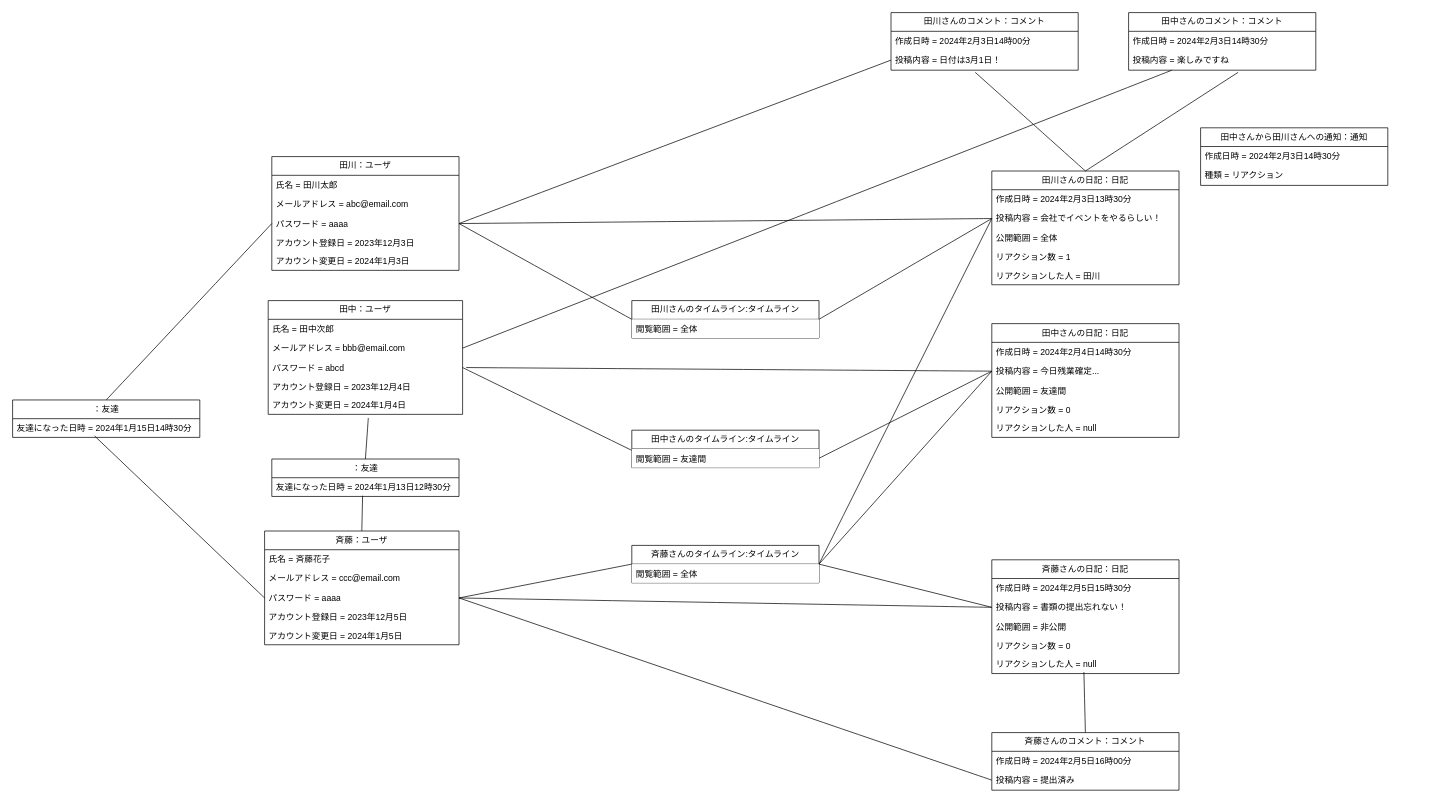
The draw.io diagram 概念モデル/10_友達の日記にリアクションをする/友達の日記にリアクションをする.drawio in tawainfer/scorpio, before the edit. Source tidied: cells renumbered, new cells numbered last; positions are measured from the earlier drawing's top-left corner, leaving out a move shared by most shapes. Both pictures are drawn from the tidied source at 72%, with x=0, y=0 at pixel (12, 12).
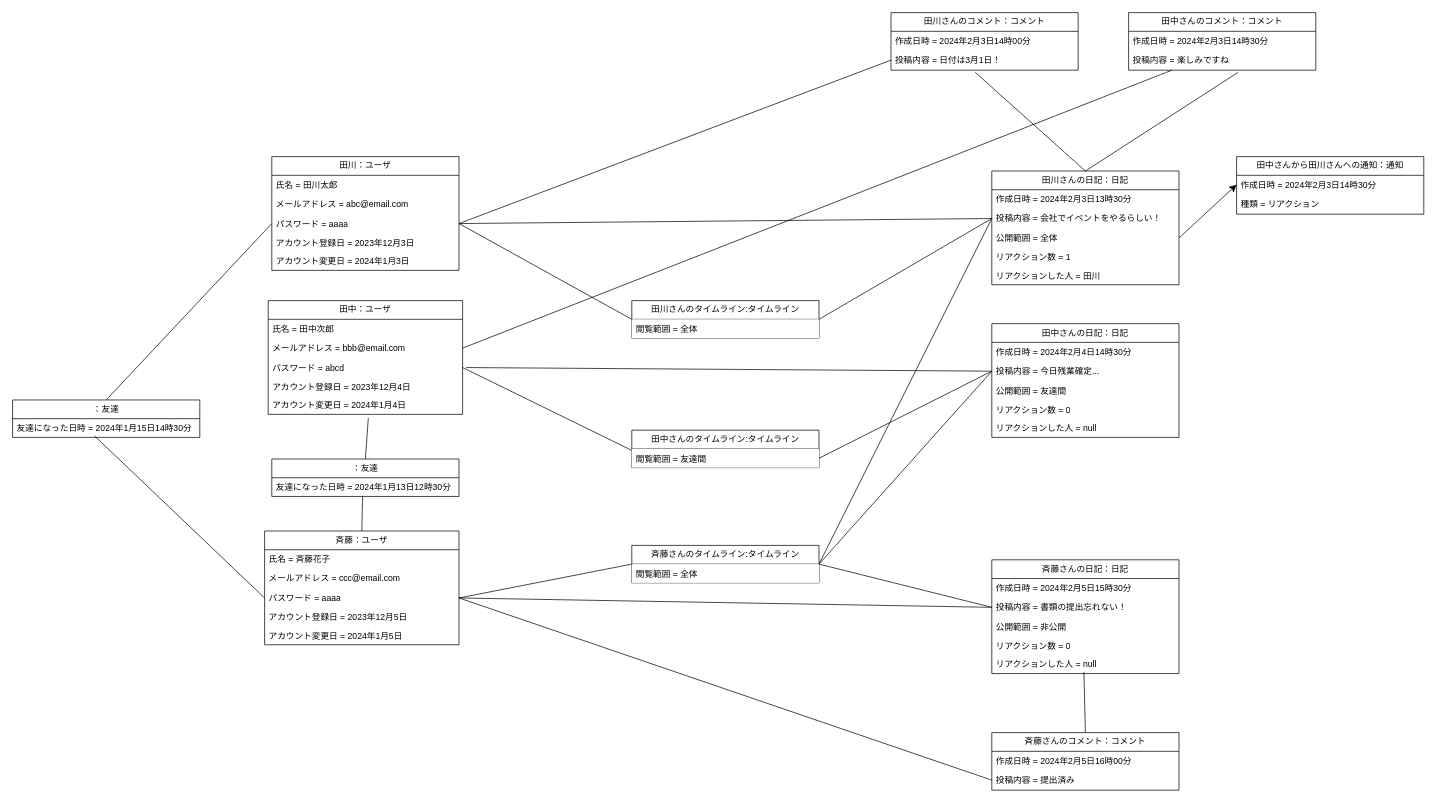
After the change.

The change refers to these unchanged cells:
```xml
<mxCell id="23" value="公開範囲 = 全体" style="text;strokeColor=none;fillColor=none;align=left;verticalAlign=top;spacingLeft=4;spacingRight=4;overflow=hidden;points=[[0,0.5],[1,0.5]];portConstraint=eastwest;whiteSpace=wrap;html=1;" parent="20" vertex="1">
  <mxGeometry y="80" width="260" height="26" as="geometry" />
</mxCell>
<mxCell id="79" value="作成日時 =&amp;nbsp;2024年2月3日14時30分" style="text;strokeColor=none;fillColor=none;align=left;verticalAlign=top;spacingLeft=4;spacingRight=4;overflow=hidden;points=[[0,0.5],[1,0.5]];portConstraint=eastwest;whiteSpace=wrap;html=1;" parent="78" vertex="1">
  <mxGeometry y="26" width="260" height="26" as="geometry" />
</mxCell>
```

What changed in the source:
```diff
@@
     <mxCell id="78" value="田中さんから田川さんへの通知：通知" style="swimlane;fontStyle=0;horizontal=1;startSize=26;fillColor=none;whiteSpace=wrap;html=1;" parent="1" vertex="1">
-      <mxGeometry x="1650" y="160" width="260" height="80" as="geometry" />
+      <mxGeometry x="1700" y="200" width="260" height="80" as="geometry" />
     </mxCell>
@@
+    <mxCell id="81" style="edgeStyle=none;curved=1;rounded=0;jettySize=auto;html=1;exitX=1;exitY=0.5;exitDx=0;exitDy=0;entryX=0;entryY=0.5;entryDx=0;entryDy=0;fontSize=12;startSize=8;endSize=8;" parent="1" edge="1" source="23" target="79">
+      <mxGeometry relative="1" as="geometry" />
+    </mxCell>
```
